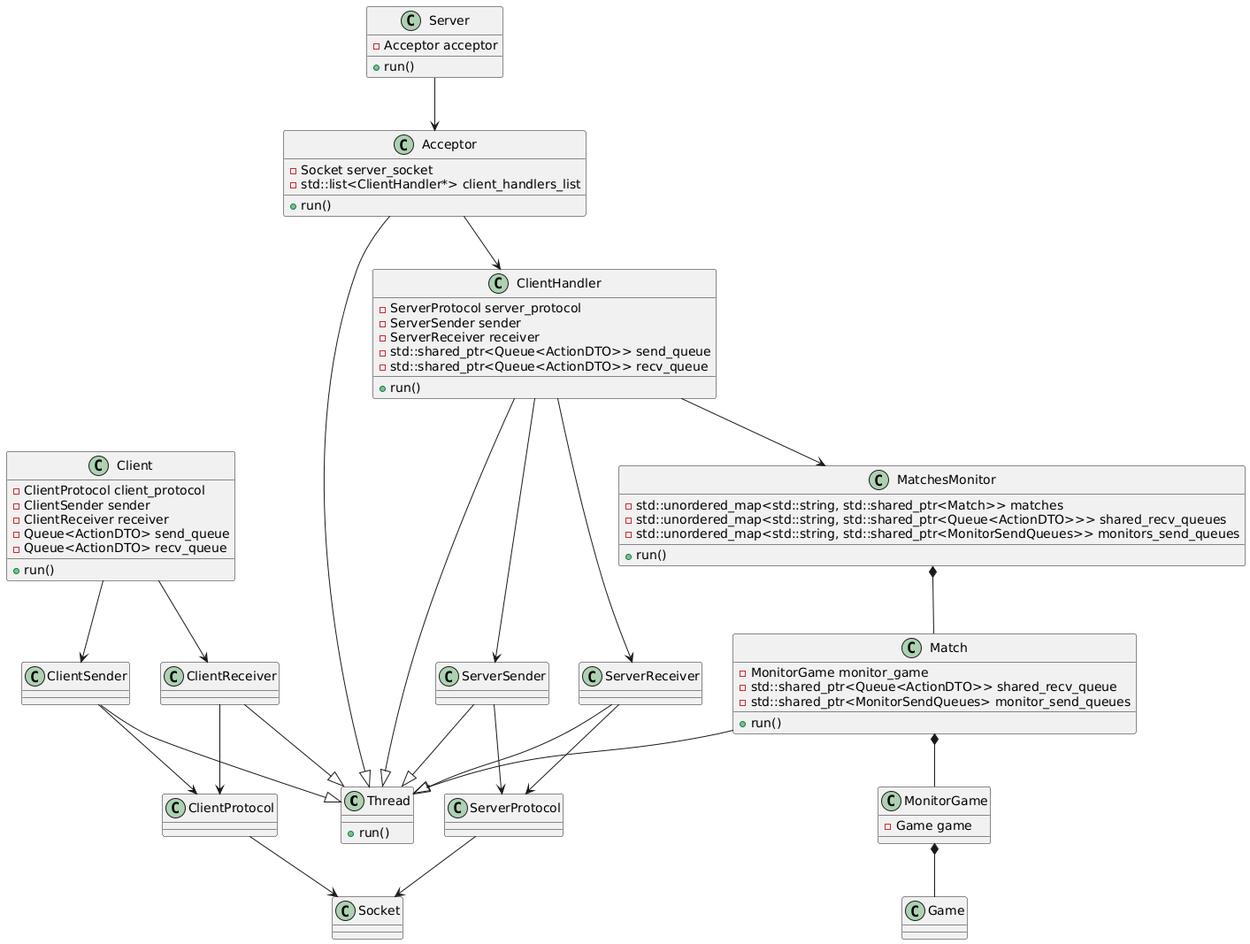
Before: doc/img/architecture.png, a diagram exported from PlantUML (caroracedo/counterstrike2d-2025c1-grupo2).
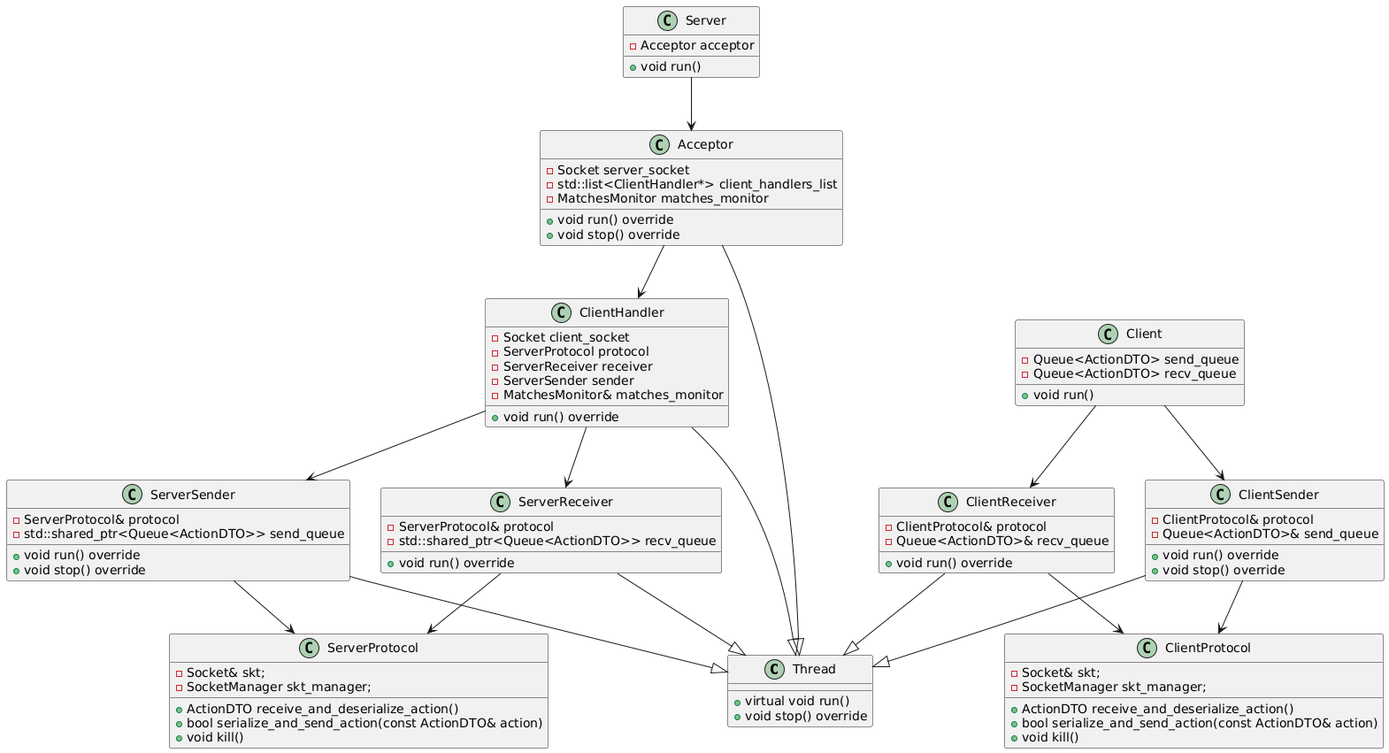
Above is the later version.

Diff of the diagram source:
```diff
@@ -1,77 +1,93 @@
 @startuml
 class Thread {
-    + run()
+    + virtual void run()
+    + void stop() override
 }
 
 class Client {
-    - ClientProtocol client_protocol
-    - ClientSender sender
-    - ClientReceiver receiver
     - Queue<ActionDTO> send_queue
     - Queue<ActionDTO> recv_queue
-    + run()
+    + void run()
 }
 
 class Server {
     - Acceptor acceptor
-    + run()
+    + void run()
 }
 
 class Acceptor {
     - Socket server_socket
     - std::list<ClientHandler*> client_handlers_list
-    + run()
+    - MatchesMonitor matches_monitor
+    + void run() override
+    + void stop() override
 }
 
 class ClientHandler {
-    - ServerProtocol server_protocol
+    - Socket client_socket
+    - ServerProtocol protocol
+    - ServerReceiver receiver
     - ServerSender sender
-    - ServerReceiver receiver
-    - std::shared_ptr<Queue<ActionDTO>> send_queue
-    - std::shared_ptr<Queue<ActionDTO>> recv_queue
-    + run()
+    - MatchesMonitor& matches_monitor
+    + void run() override
 }
 
-class Match {
-    - MonitorGame monitor_game
-    - std::shared_ptr<Queue<ActionDTO>> shared_recv_queue
-    - std::shared_ptr<MonitorSendQueues> monitor_send_queues
-    + run()
+class ClientSender {
+    - ClientProtocol& protocol
+    - Queue<ActionDTO>& send_queue
+    + void run() override
+    + void stop() override
 }
 
-class MatchesMonitor {
-    - std::unordered_map<std::string, std::shared_ptr<Match>> matches
-    - std::unordered_map<std::string, std::shared_ptr<Queue<ActionDTO>>> shared_recv_queues
-    - std::unordered_map<std::string, std::shared_ptr<MonitorSendQueues>> monitors_send_queues
-    + run()
+class ClientReceiver {
+    - ClientProtocol& protocol
+    - Queue<ActionDTO>& recv_queue
+    + void run() override
 }
 
-class MonitorGame {
-    - Game game
+class ServerSender {
+    - ServerProtocol& protocol
+    - std::shared_ptr<Queue<ActionDTO>> send_queue
+    + void run() override
+    + void stop() override
 }
 
-MonitorGame *-- Game
-MatchesMonitor *-- Match
-Match *-- MonitorGame
+class ServerReceiver {
+    - ServerProtocol& protocol
+    - std::shared_ptr<Queue<ActionDTO>> recv_queue
+    + void run() override
+}
+
+class ServerProtocol {
+    - Socket& skt;
+    - SocketManager skt_manager;
+    + ActionDTO receive_and_deserialize_action()
+    + bool serialize_and_send_action(const ActionDTO& action)
+    + void kill()
+}
+
+class ClientProtocol {
+    - Socket& skt;
+    - SocketManager skt_manager;
+    + ActionDTO receive_and_deserialize_action()
+    + bool serialize_and_send_action(const ActionDTO& action)
+    + void kill()
+}
 
 Server --> Acceptor
 Acceptor --> ClientHandler
-ClientHandler --> MatchesMonitor
 ClientHandler --> ServerReceiver
 ClientHandler --> ServerSender
 ServerReceiver --> ServerProtocol
 ServerSender --> ServerProtocol
-ServerProtocol --> Socket
 
 Client --> ClientReceiver
 Client --> ClientSender
 ClientReceiver --> ClientProtocol
 ClientSender --> ClientProtocol
-ClientProtocol --> Socket
 
 Acceptor --|> Thread
 ClientHandler --|> Thread
-Match --|> Thread
 ServerReceiver --|> Thread
 ServerSender --|> Thread
 ClientReceiver --|> Thread
```
